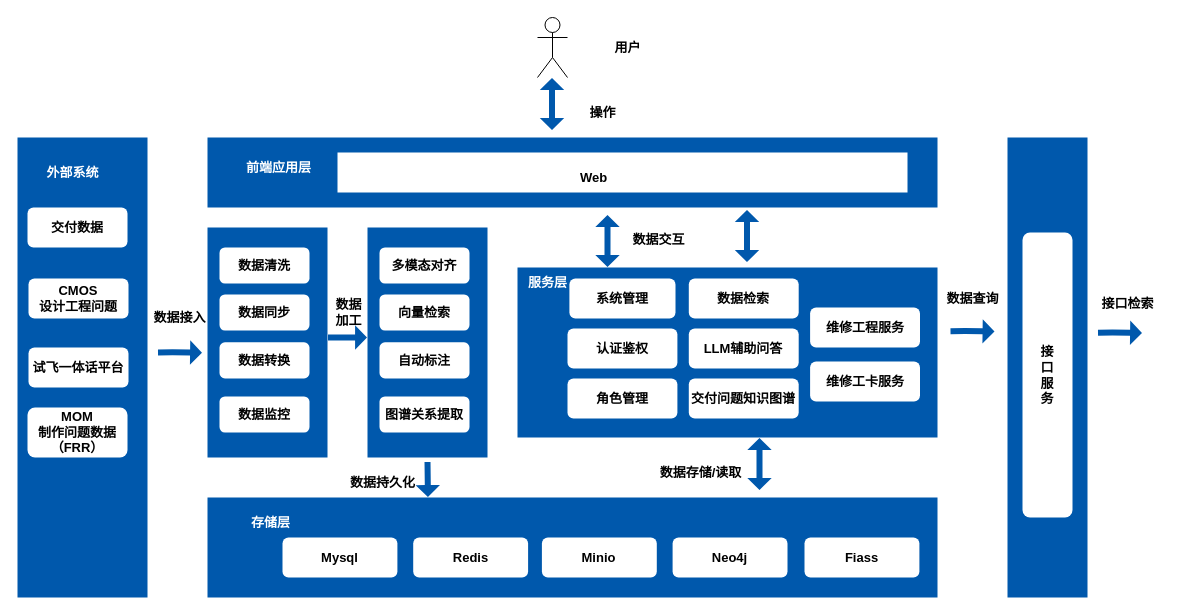
Earlier version of the draw.io diagram 数据检索与维修数据服/C919型号问题数据检索数据架构系统.drawio (DemonHan/KuickBuy). Source tidied: cells renumbered, new cells numbered last; positions are measured from the earlier drawing's top-left corner, leaving out a move shared by most shapes. Both pictures are drawn from the tidied source at 100%, with x=0, y=0 at pixel (17, 17).
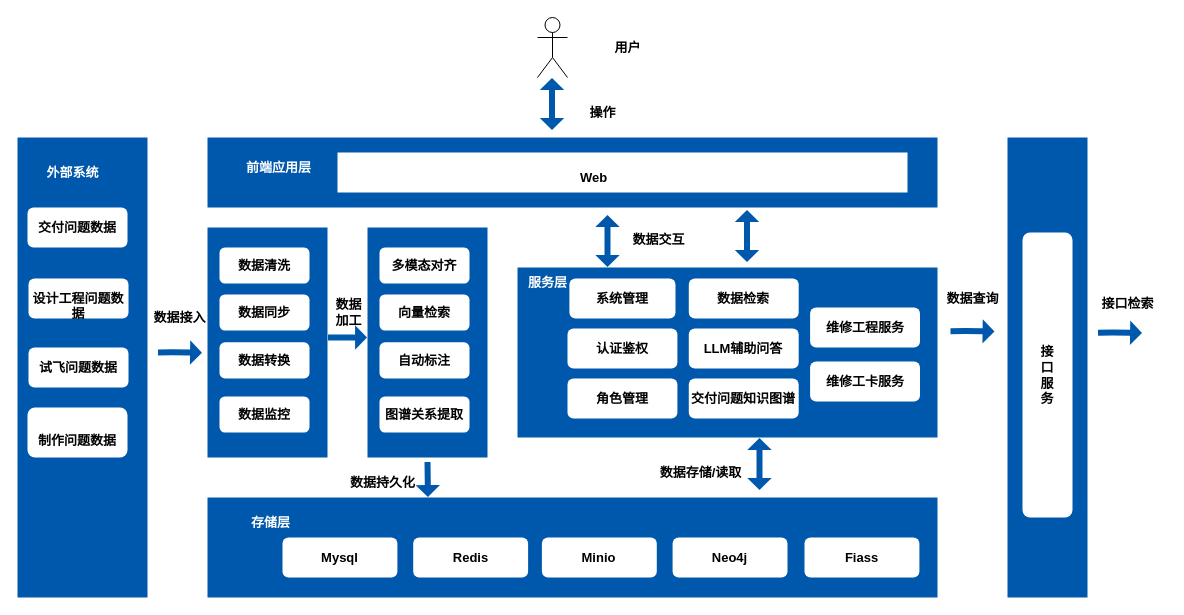
After the change.

Commit message:
更新C919型号问题数据检索数据架构系统.drawio

What changed in the source:
```diff
@@
-    <mxCell id="21" value="交付数据" style="rounded=1;whiteSpace=wrap;html=1;fontStyle=1;fontSize=13;strokeColor=none;fillColor=#FFFFFF;fontColor=#000000;" parent="1" vertex="1">
+    <mxCell id="21" value="交付问题数据" style="rounded=1;whiteSpace=wrap;html=1;fontStyle=1;fontSize=13;strokeColor=none;fillColor=#FFFFFF;fontColor=#000000;" parent="1" vertex="1">
       <mxGeometry x="10" y="190" width="100" height="40" as="geometry" />
     </mxCell>
-    <mxCell id="22" value="CMOS&lt;div&gt;设计工程问题&lt;/div&gt;" style="rounded=1;whiteSpace=wrap;html=1;fontStyle=1;fontSize=13;strokeColor=none;fillColor=#FFFFFF;fontColor=#000000;" parent="1" vertex="1">
+    <mxCell id="22" value="&lt;br&gt;&lt;div&gt;设计工程问题数据&lt;/div&gt;" style="rounded=1;whiteSpace=wrap;html=1;fontStyle=1;fontSize=13;strokeColor=none;fillColor=#FFFFFF;fontColor=#000000;" parent="1" vertex="1">
       <mxGeometry x="11" y="261" width="100" height="40" as="geometry" />
     </mxCell>
-    <mxCell id="23" value="试飞一体话平台" style="rounded=1;whiteSpace=wrap;html=1;fontStyle=1;fontSize=13;strokeColor=none;fillColor=#FFFFFF;fontColor=#000000;" parent="1" vertex="1">
+    <mxCell id="23" value="试飞问题数据" style="rounded=1;whiteSpace=wrap;html=1;fontStyle=1;fontSize=13;strokeColor=none;fillColor=#FFFFFF;fontColor=#000000;" parent="1" vertex="1">
       <mxGeometry x="11" y="330" width="100" height="40" as="geometry" />
     </mxCell>
-    <mxCell id="24" value="MOM&lt;div&gt;制作问题数据（FRR）&lt;/div&gt;" style="rounded=1;whiteSpace=wrap;html=1;fontStyle=1;fontSize=13;strokeColor=none;fillColor=#FFFFFF;fontColor=#000000;" parent="1" vertex="1">
+    <mxCell id="24" value="&lt;br&gt;&lt;div&gt;制作问题数据&lt;/div&gt;" style="rounded=1;whiteSpace=wrap;html=1;fontStyle=1;fontSize=13;strokeColor=none;fillColor=#FFFFFF;fontColor=#000000;" parent="1" vertex="1">
       <mxGeometry x="10" y="390" width="100" height="50" as="geometry" />
     </mxCell>
```
